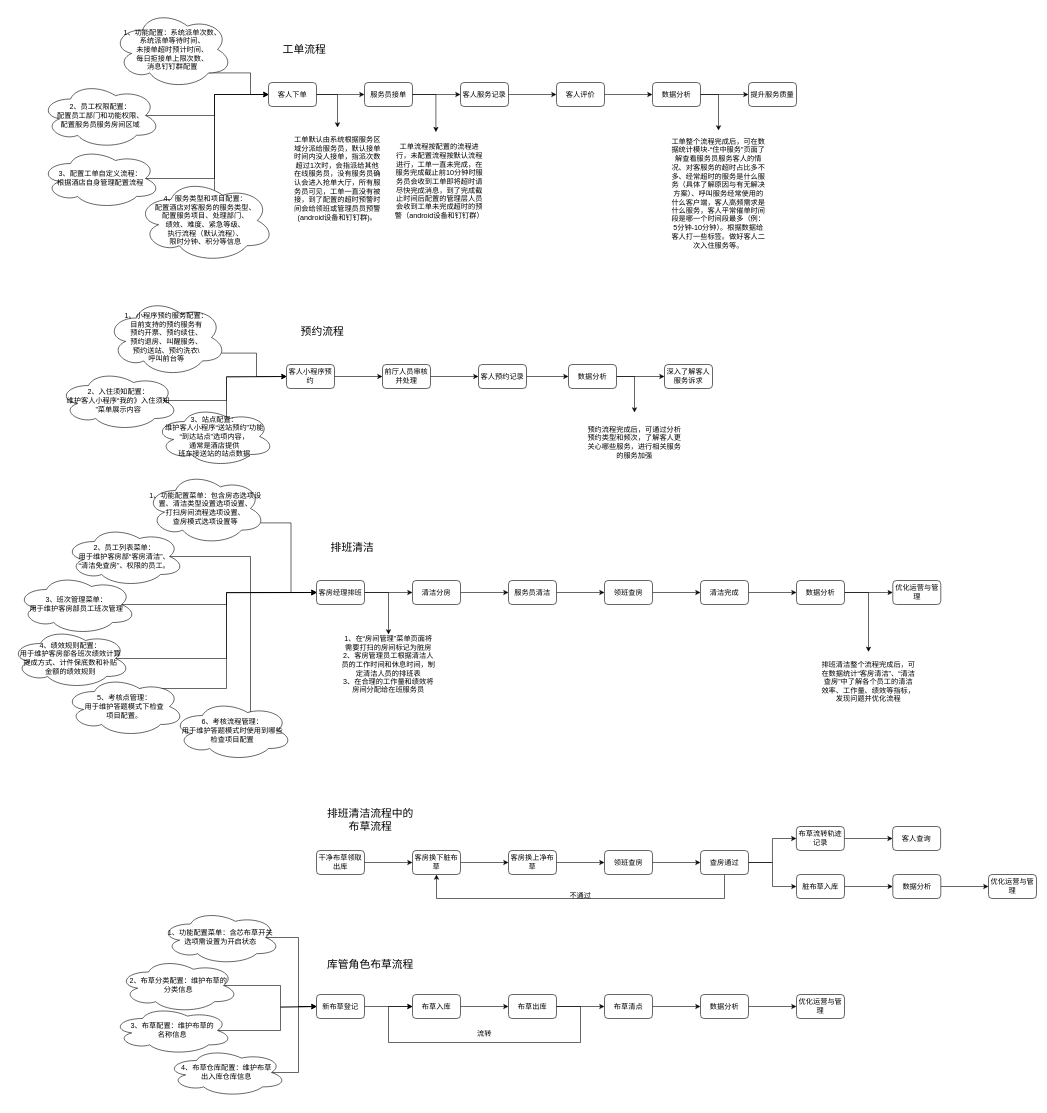
Earlier version of the draw.io diagram xzzh/服务管家培训讲解流程图.drawio (daniel-7d/draw). Source tidied: cells renumbered, new cells numbered last; positions are measured from the earlier drawing's top-left corner, leaving out a move shared by most shapes. Both pictures are drawn from the tidied source at 60%, with x=0, y=0 at pixel (10, 10).
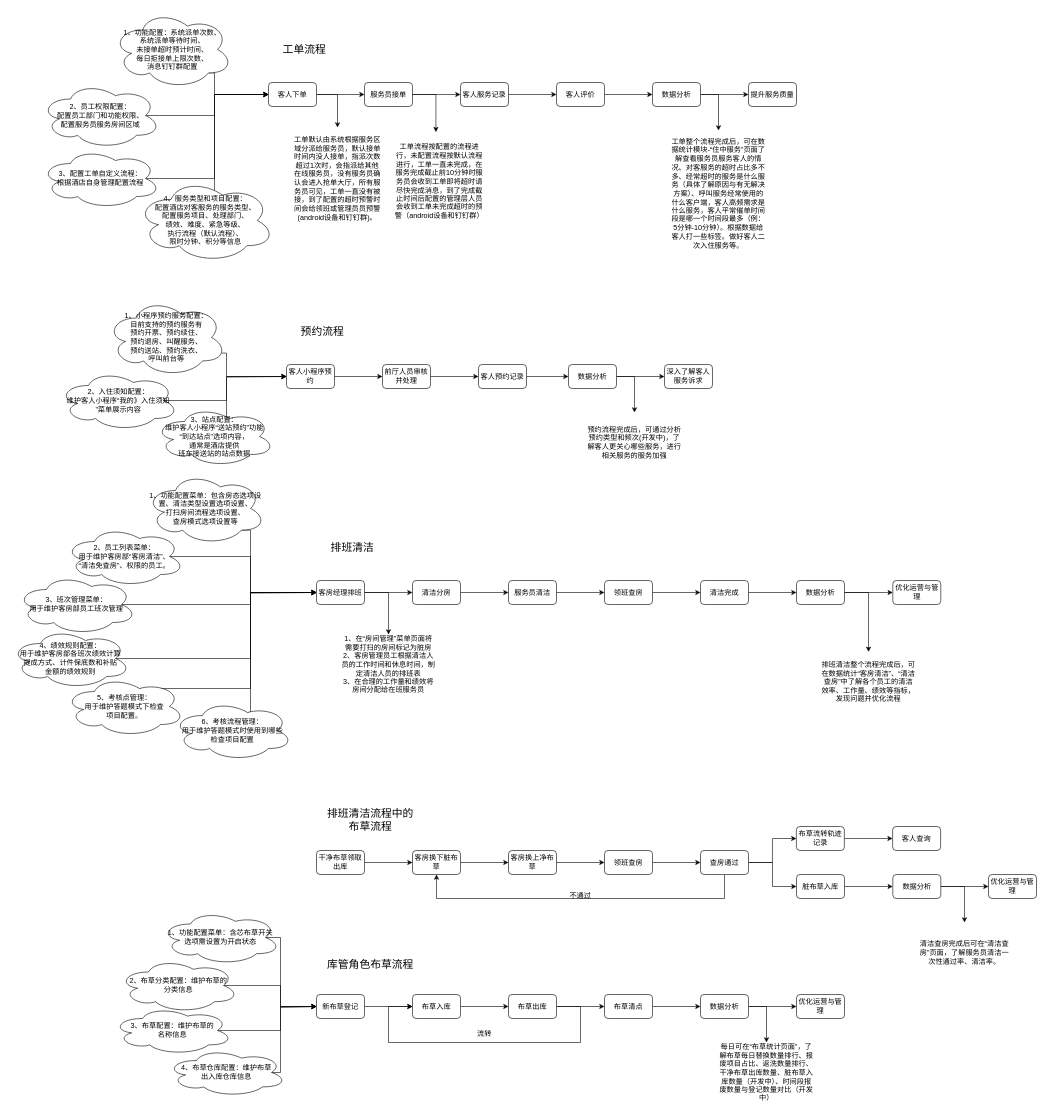
The same page after the edit.

Commit message:
更新服务管家培训讲解流程图.drawio

The change refers to these unchanged cells:
```xml
<mxCell id="4" value="客人下单" style="rounded=1;whiteSpace=wrap;html=1;" parent="1" vertex="1">
  <mxGeometry x="430" y="120" width="80" height="40" as="geometry" />
</mxCell>
<mxCell id="17" value="1、功能配置：系统派单次数、&lt;br&gt;系统派单等待时间、&lt;br&gt;未接单超时预计时间、&lt;br&gt;每日拒接单上限次数、&lt;br&gt;消息钉钉群配置" style="ellipse;shape=cloud;whiteSpace=wrap;html=1;" parent="1" vertex="1">
  <mxGeometry x="170" width="200" height="130" as="geometry" />
</mxCell>
<mxCell id="29" value="客人小程序预约" style="rounded=1;whiteSpace=wrap;html=1;" parent="1" vertex="1">
  <mxGeometry x="460" y="590" width="80" height="40" as="geometry" />
</mxCell>
<mxCell id="48" value="客房经理排班" style="rounded=1;whiteSpace=wrap;html=1;" parent="1" vertex="1">
  <mxGeometry x="510" y="950" width="80" height="40" as="geometry" />
</mxCell>
<mxCell id="55" value="1、功能配置菜单：包含房态选项设置、清洁类型设置选项设置、&lt;br&gt;打扫房间流程选项设置、&lt;br&gt;查房模式选项设置等" style="ellipse;shape=cloud;whiteSpace=wrap;html=1;" parent="1" vertex="1">
  <mxGeometry x="225" y="770" width="200" height="120" as="geometry" />
</mxCell>
<mxCell id="59" value="3、班次管理菜单：&lt;br&gt;用于维护客房部员工班次管理" style="ellipse;shape=cloud;whiteSpace=wrap;html=1;" parent="1" vertex="1">
  <mxGeometry x="10" y="940" width="200" height="100" as="geometry" />
</mxCell>
<mxCell id="61" value="4、绩效规则配置：&lt;br&gt;用于维护客房部各班次绩效计算&lt;br&gt;提成方式、计件保底数和补贴&lt;br&gt;金额的绩效规则" style="ellipse;shape=cloud;whiteSpace=wrap;html=1;" parent="1" vertex="1">
  <mxGeometry y="1030" width="200" height="100" as="geometry" />
</mxCell>
<mxCell id="63" value="5、考核点管理：&lt;br&gt;用于维护答题模式下检查&lt;br&gt;项目配置。" style="ellipse;shape=cloud;whiteSpace=wrap;html=1;" parent="1" vertex="1">
  <mxGeometry x="90" y="1110" width="200" height="100" as="geometry" />
</mxCell>
<mxCell id="94" value="数据分析" style="rounded=1;whiteSpace=wrap;html=1;" parent="1" vertex="1">
  <mxGeometry x="1470.5" y="1440" width="80" height="40" as="geometry" />
</mxCell>
<mxCell id="98" value="新布草登记" style="rounded=1;whiteSpace=wrap;html=1;" parent="1" vertex="1">
  <mxGeometry x="510" y="1640" width="80" height="40" as="geometry" />
</mxCell>
<mxCell id="108" value="数据分析" style="rounded=1;whiteSpace=wrap;html=1;" parent="1" vertex="1">
  <mxGeometry x="1150" y="1640" width="80" height="40" as="geometry" />
</mxCell>
<mxCell id="112" value="1、功能配置菜单：含芯布草开关&lt;br&gt;选项需设置为开启状态" style="ellipse;shape=cloud;whiteSpace=wrap;html=1;" parent="1" vertex="1">
  <mxGeometry x="250" y="1500" width="200" height="90" as="geometry" />
</mxCell>
<mxCell id="118" value="4、布草仓库配置：维护布草&lt;br&gt;出入库仓库信息" style="ellipse;shape=cloud;whiteSpace=wrap;html=1;" parent="1" vertex="1">
  <mxGeometry x="260" y="1730" width="200" height="80" as="geometry" />
</mxCell>
```

Change to the diagram source:
```diff
@@
     <mxCell id="16" style="edgeStyle=orthogonalEdgeStyle;rounded=0;jettySize=auto;html=1;exitX=0.8;exitY=0.8;exitDx=0;exitDy=0;exitPerimeter=0;" parent="1" edge="1" source="17" target="4">
-      <mxGeometry relative="1" as="geometry" />
+      <mxGeometry relative="1" as="geometry">
+        <Array as="points">
+          <mxPoint x="340" y="104" />
+          <mxPoint x="340" y="140" />
+        </Array>
+      </mxGeometry>
     </mxCell>
@@
     <mxCell id="35" style="edgeStyle=orthogonalEdgeStyle;rounded=0;jettySize=auto;html=1;exitX=0.96;exitY=0.7;exitDx=0;exitDy=0;exitPerimeter=0;entryX=0;entryY=0.5;entryDx=0;entryDy=0;" parent="1" edge="1" source="36" target="29">
-      <mxGeometry relative="1" as="geometry" />
+      <mxGeometry relative="1" as="geometry">
+        <Array as="points">
+          <mxPoint x="360" y="571" />
+          <mxPoint x="360" y="610" />
+        </Array>
+      </mxGeometry>
     </mxCell>
-    <mxCell id="36" value="1、小程序预约服务配置：&lt;br&gt;目前支持的预约服务有&lt;br&gt;预约开票、预约续住、&lt;br&gt;预约退房、叫醒服务、&lt;br&gt;预约送站、预约洗衣\&lt;br&gt;呼叫前台等" style="ellipse;shape=cloud;whiteSpace=wrap;html=1;" parent="1" vertex="1">
+    <mxCell id="36" value="1、小程序预约服务配置：&lt;br&gt;目前支持的预约服务有&lt;br&gt;预约开票、预约续住、&lt;br&gt;预约退房、叫醒服务、&lt;br&gt;预约送站、预约洗衣、&lt;br&gt;呼叫前台等" style="ellipse;shape=cloud;whiteSpace=wrap;html=1;" parent="1" vertex="1">
       <mxGeometry x="160" y="480" width="200" height="130" as="geometry" />
     </mxCell>
@@
-    <mxCell id="45" value="预约流程完成后，可通过分析预约类型和频次，了解客人更关心哪些服务，进行相关服务的服务加强" style="text;html=1;strokeColor=none;fillColor=none;align=center;verticalAlign=middle;whiteSpace=wrap;rounded=0;" parent="1" vertex="1">
+    <mxCell id="45" value="预约流程完成后，可通过分析预约类型和频次(开发中)，了解客人更关心哪些服务，进行相关服务的服务加强" style="text;html=1;strokeColor=none;fillColor=none;align=center;verticalAlign=middle;whiteSpace=wrap;rounded=0;" parent="1" vertex="1">
       <mxGeometry x="960" y="670" width="160" height="100" as="geometry" />
     </mxCell>
@@
-    <mxCell id="54" style="edgeStyle=orthogonalEdgeStyle;rounded=0;jettySize=auto;html=1;exitX=0.96;exitY=0.7;exitDx=0;exitDy=0;exitPerimeter=0;entryX=0;entryY=0.5;entryDx=0;entryDy=0;" parent="1" edge="1" source="55" target="48">
-      <mxGeometry relative="1" as="geometry" />
+    <mxCell id="54" style="edgeStyle=orthogonalEdgeStyle;rounded=0;jettySize=auto;html=1;exitX=0.8;exitY=0.8;exitDx=0;exitDy=0;exitPerimeter=0;entryX=0;entryY=0.5;entryDx=0;entryDy=0;" parent="1" edge="1" source="55" target="48">
+      <mxGeometry relative="1" as="geometry">
+        <Array as="points">
+          <mxPoint x="400" y="866" />
+          <mxPoint x="400" y="970" />
+        </Array>
+      </mxGeometry>
     </mxCell>
@@
     <mxCell id="58" style="edgeStyle=orthogonalEdgeStyle;rounded=0;jettySize=auto;html=1;exitX=0.875;exitY=0.5;exitDx=0;exitDy=0;exitPerimeter=0;" parent="1" edge="1" source="59">
       <mxGeometry relative="1" as="geometry">
         <mxPoint x="510" y="970" as="targetPoint" />
+        <Array as="points">
+          <mxPoint x="400" y="990" />
+          <mxPoint x="400" y="971" />
+        </Array>
       </mxGeometry>
     </mxCell>
@@
     <mxCell id="60" style="edgeStyle=orthogonalEdgeStyle;rounded=0;jettySize=auto;html=1;exitX=0.875;exitY=0.5;exitDx=0;exitDy=0;exitPerimeter=0;entryX=0;entryY=0.5;entryDx=0;entryDy=0;" parent="1" edge="1" source="61" target="48">
       <mxGeometry relative="1" as="geometry">
         <Array as="points">
-          <mxPoint x="360" y="1080" />
-          <mxPoint x="360" y="970" />
+          <mxPoint x="400" y="1080" />
+          <mxPoint x="400" y="970" />
         </Array>
       </mxGeometry>
     </mxCell>
@@
     <mxCell id="62" style="edgeStyle=orthogonalEdgeStyle;rounded=0;jettySize=auto;html=1;exitX=0.625;exitY=0.2;exitDx=0;exitDy=0;exitPerimeter=0;entryX=0;entryY=0.5;entryDx=0;entryDy=0;" parent="1" edge="1" source="63" target="48">
       <mxGeometry relative="1" as="geometry">
         <Array as="points">
-          <mxPoint x="360" y="1130" />
-          <mxPoint x="360" y="970" />
+          <mxPoint x="400" y="1130" />
+          <mxPoint x="400" y="970" />
         </Array>
       </mxGeometry>
     </mxCell>
@@
+    <mxCell id="120" style="edgeStyle=orthogonalEdgeStyle;rounded=0;jettySize=auto;html=1;exitX=1;exitY=0.5;exitDx=0;exitDy=0;entryX=0.5;entryY=0;entryDx=0;entryDy=0;" parent="1" edge="1" source="94" target="122">
+      <mxGeometry relative="1" as="geometry" />
+    </mxCell>
@@
+    <mxCell id="121" style="edgeStyle=orthogonalEdgeStyle;rounded=0;jettySize=auto;html=1;exitX=1;exitY=0.5;exitDx=0;exitDy=0;entryX=0.5;entryY=0;entryDx=0;entryDy=0;" parent="1" edge="1" source="108" target="123">
+      <mxGeometry relative="1" as="geometry" />
+    </mxCell>
@@
     <mxCell id="111" style="edgeStyle=orthogonalEdgeStyle;rounded=0;jettySize=auto;html=1;exitX=0.875;exitY=0.5;exitDx=0;exitDy=0;exitPerimeter=0;entryX=0;entryY=0.5;entryDx=0;entryDy=0;" parent="1" edge="1" source="112" target="98">
-      <mxGeometry relative="1" as="geometry" />
+      <mxGeometry relative="1" as="geometry">
+        <Array as="points">
+          <mxPoint x="450" y="1545" />
+          <mxPoint x="450" y="1660" />
+        </Array>
+      </mxGeometry>
     </mxCell>
@@
     <mxCell id="117" style="edgeStyle=orthogonalEdgeStyle;rounded=0;jettySize=auto;html=1;exitX=0.875;exitY=0.5;exitDx=0;exitDy=0;exitPerimeter=0;entryX=0;entryY=0.5;entryDx=0;entryDy=0;" parent="1" edge="1" source="118" target="98">
       <mxGeometry relative="1" as="geometry">
         <Array as="points">
-          <mxPoint x="480" y="1770" />
-          <mxPoint x="480" y="1660" />
+          <mxPoint x="450" y="1770" />
+          <mxPoint x="450" y="1660" />
         </Array>
       </mxGeometry>
     </mxCell>
@@
+    <mxCell id="122" value="清洁查房完成后可在“清洁查房”页面，了解服务员清洁一次性通过率、清洁率。" style="text;html=1;strokeColor=none;fillColor=none;align=center;verticalAlign=middle;whiteSpace=wrap;rounded=0;" parent="1" vertex="1">
+      <mxGeometry x="1510" y="1520" width="160" height="100" as="geometry" />
+    </mxCell>
+    <mxCell id="123" value="每日可在“布草统计页面”，了解布草每日替换数量排行、报废项目占比、返洗数量排行、干净布草出库数量、脏布草入库数量（开发中）、时间段报废数量与登记数量对比（开发中）" style="text;html=1;strokeColor=none;fillColor=none;align=center;verticalAlign=middle;whiteSpace=wrap;rounded=0;" parent="1" vertex="1">
+      <mxGeometry x="1180" y="1720" width="160" height="100" as="geometry" />
+    </mxCell>
```
